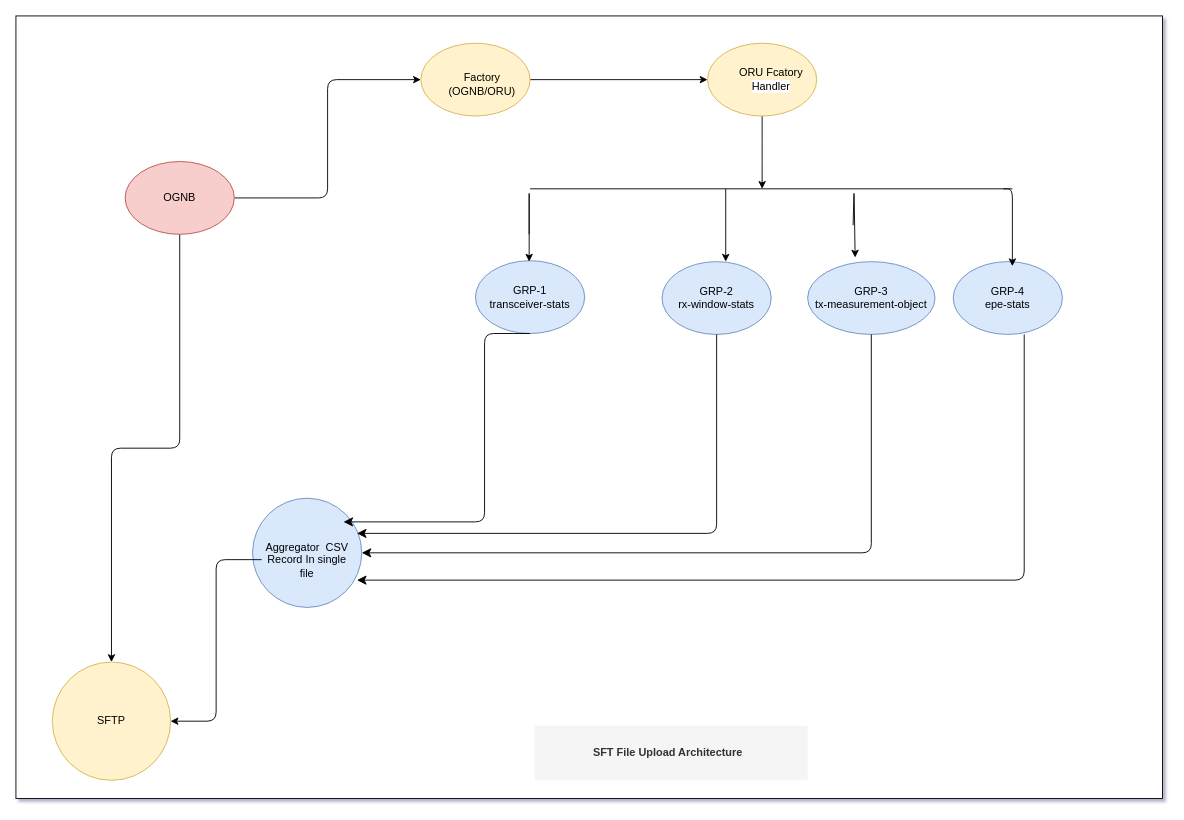
Before: Untitled Diagram.drawio in javademokit/backendmaretpalce, a draw.io diagram. Source tidied: cells renumbered, new cells numbered last; positions are measured from the earlier drawing's top-left corner, leaving out a move shared by most shapes. Both pictures are drawn from the tidied source at 91%, with x=0, y=0 at pixel (15, 15).
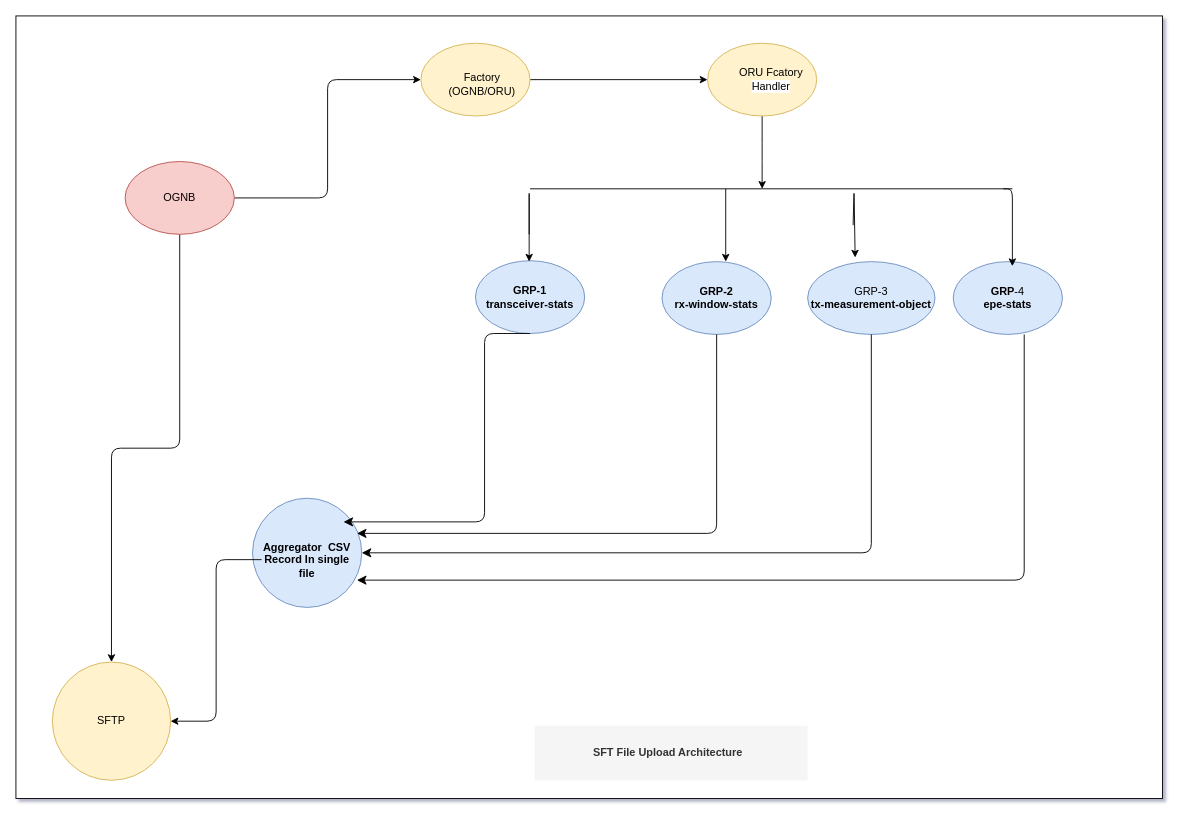
After the change.

The edit, as a diff of the source:
```diff
@@
-    <mxCell id="3" value="GRP-2&lt;br&gt;rx-window-stats" style="ellipse;whiteSpace=wrap;html=1;fillColor=#dae8fc;strokeColor=#6c8ebf;rounded=1;" parent="1" vertex="1">
+    <mxCell id="3" value="&lt;b&gt;GRP-2&lt;br&gt;rx-window-stats&lt;/b&gt;" style="ellipse;whiteSpace=wrap;html=1;fillColor=#dae8fc;strokeColor=#6c8ebf;rounded=1;" parent="1" vertex="1">
       <mxGeometry x="710" y="270" width="120" height="80" as="geometry" />
     </mxCell>
-    <mxCell id="4" value="GRP-1&lt;br&gt;transceiver-stats" style="ellipse;whiteSpace=wrap;html=1;fillColor=#dae8fc;strokeColor=#6c8ebf;rounded=1;" parent="1" vertex="1">
+    <mxCell id="4" value="&lt;b&gt;GRP-1&lt;br&gt;transceiver-stats&lt;/b&gt;" style="ellipse;whiteSpace=wrap;html=1;fillColor=#dae8fc;strokeColor=#6c8ebf;rounded=1;" parent="1" vertex="1">
       <mxGeometry x="505" y="269" width="120" height="80" as="geometry" />
     </mxCell>
-    <mxCell id="5" value="GRP-3&lt;br&gt;tx-measurement-object" style="ellipse;whiteSpace=wrap;html=1;fillColor=#dae8fc;strokeColor=#6c8ebf;rounded=1;" parent="1" vertex="1">
+    <mxCell id="5" value="GRP-3&lt;br&gt;&lt;b&gt;tx-measurement-object&lt;/b&gt;" style="ellipse;whiteSpace=wrap;html=1;fillColor=#dae8fc;strokeColor=#6c8ebf;rounded=1;" parent="1" vertex="1">
       <mxGeometry x="870" y="270" width="140" height="80" as="geometry" />
     </mxCell>
-    <mxCell id="6" value="GRP-4&lt;br&gt;epe-stats" style="ellipse;whiteSpace=wrap;html=1;fillColor=#dae8fc;strokeColor=#6c8ebf;rounded=1;" parent="1" vertex="1">
+    <mxCell id="6" value="&lt;b&gt;GRP&lt;/b&gt;-4&lt;br&gt;&lt;b&gt;epe-stats&lt;/b&gt;" style="ellipse;whiteSpace=wrap;html=1;fillColor=#dae8fc;strokeColor=#6c8ebf;rounded=1;" parent="1" vertex="1">
       <mxGeometry x="1030" y="270" width="120" height="80" as="geometry" />
     </mxCell>
@@
-    <mxCell id="30" value="Aggregator&amp;nbsp; CSV Record In single file" style="text;html=1;strokeColor=none;fillColor=none;align=center;verticalAlign=middle;whiteSpace=wrap;rounded=1;" parent="1" vertex="1">
+    <mxCell id="30" value="&lt;b&gt;Aggregator&amp;nbsp; CSV Record In single file&lt;/b&gt;" style="text;html=1;strokeColor=none;fillColor=none;align=center;verticalAlign=middle;whiteSpace=wrap;rounded=1;" parent="1" vertex="1">
       <mxGeometry x="270" y="575" width="100" height="45" as="geometry" />
     </mxCell>
```
